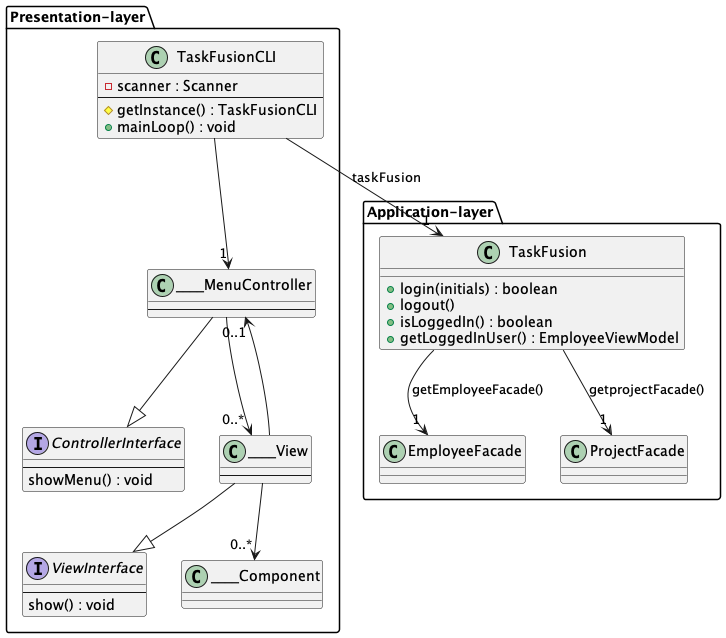
The PlantUML diagram TaskFusion/out/assets/diagrams/class_cli/TaskFusion-CLI.png in rwiuff/02161ExamProject, before a commit. The source it was exported from:
```plantuml
@startuml TaskFusion-CLI

package "Application-layer" {
    class "TaskFusion" as taskFusion {
        + login(initials) : boolean
        + logout()
        + isLoggedIn() : boolean
        + getLoggedInUser() : EmployeeViewModel
    }

    class "EmployeeFacade" as employeeFacade {

    }

    class "ProjectFacade" as projectFacade {

    }

    taskFusion --> "1" employeeFacade : getEmployeeFacade()
    taskFusion --> "1" projectFacade : getprojectFacade()
}

package "Presentation-layer" {
    class TaskFusionCLI {
        - scanner : Scanner
        --
        # getInstance() : TaskFusionCLI
        + mainLoop() : void
    }

    interface ControllerInterface {
        --
        showMenu() : void
    }

    class ____MenuController {
        --
    }


    interface ViewInterface {
        --
        show() : void
    }

    class ____View {
        --
    }

    class ____Component

    TaskFusionCLI -->"1" ____MenuController

    ____MenuController --|> ControllerInterface
    ____View --|> ViewInterface
    ____MenuController -->"0..*" ____View
    ____View -->"0..1"  ____MenuController
    ____View -->"0..*" ____Component
}


TaskFusionCLI -->"1" taskFusion : taskFusion

@enduml
```
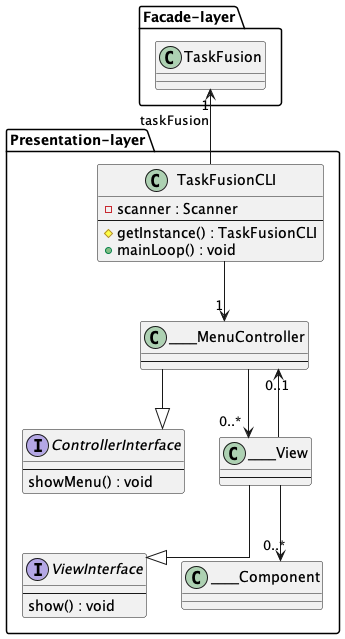
After the change.

What changed in the source:
```diff
@@ -1,23 +1,13 @@
 @startuml TaskFusion-CLI
+skinparam linetype ortho
 
-package "Application-layer" {
+top to bottom direction
+
+package "Facade-layer" {
     class "TaskFusion" as taskFusion {
-        + login(initials) : boolean
-        + logout()
-        + isLoggedIn() : boolean
-        + getLoggedInUser() : EmployeeViewModel
-    }
-
-    class "EmployeeFacade" as employeeFacade {
 
     }
 
-    class "ProjectFacade" as projectFacade {
-
-    }
-
-    taskFusion --> "1" employeeFacade : getEmployeeFacade()
-    taskFusion --> "1" projectFacade : getprojectFacade()
 }
 
 package "Presentation-layer" {
@@ -59,6 +49,6 @@
 }
 
 
-TaskFusionCLI -->"1" taskFusion : taskFusion
+TaskFusionCLI -u->"1" taskFusion : taskFusion
 
 @enduml
```
